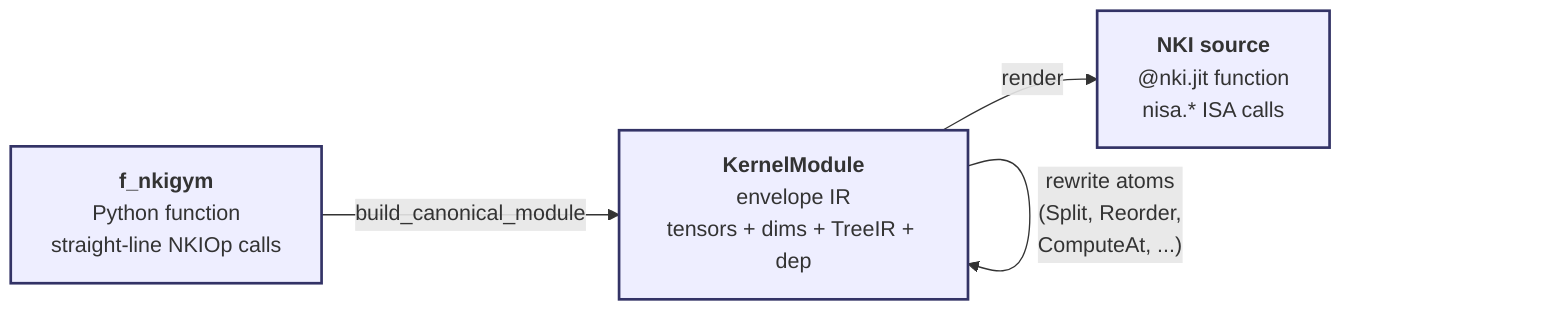
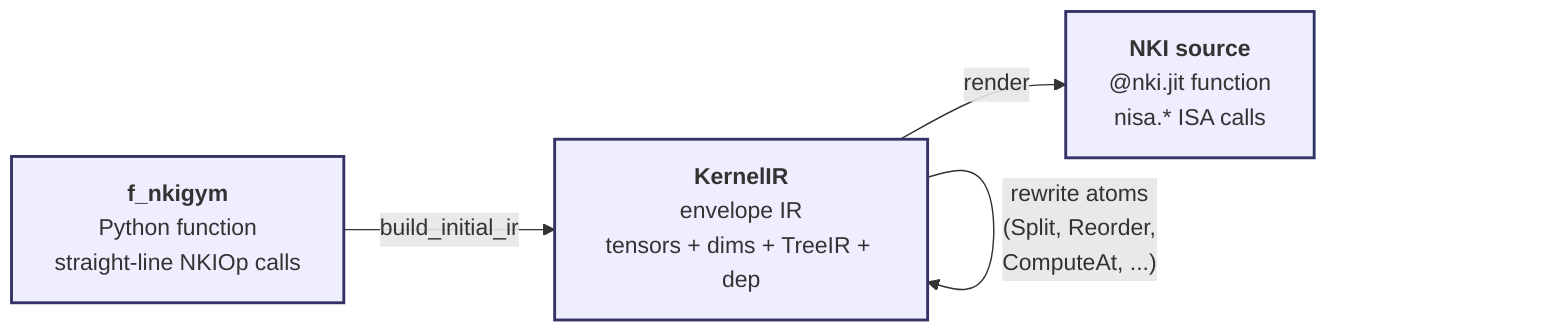
flowchart LR
    A["<b>f_nkigym</b><br/>Python function<br/>straight-line NKIOp calls"]
-     B["<b>KernelModule</b><br/>envelope IR<br/>tensors + dims + TreeIR + dep"]
+     B["<b>KernelIR</b><br/>envelope IR<br/>tensors + dims + TreeIR + dep"]
    C["<b>NKI source</b><br/>@nki.jit function<br/>nisa.* ISA calls"]

-     A -- "build_canonical_module" --> B
+     A -- "build_initial_ir" --> B
    B -- "rewrite atoms<br/>(Split, Reorder,<br/>ComputeAt, ...)" --> B
    B -- "render" --> C

    classDef layer fill:#eef,stroke:#336,stroke-width:2px;
    class A,B,C layer;
